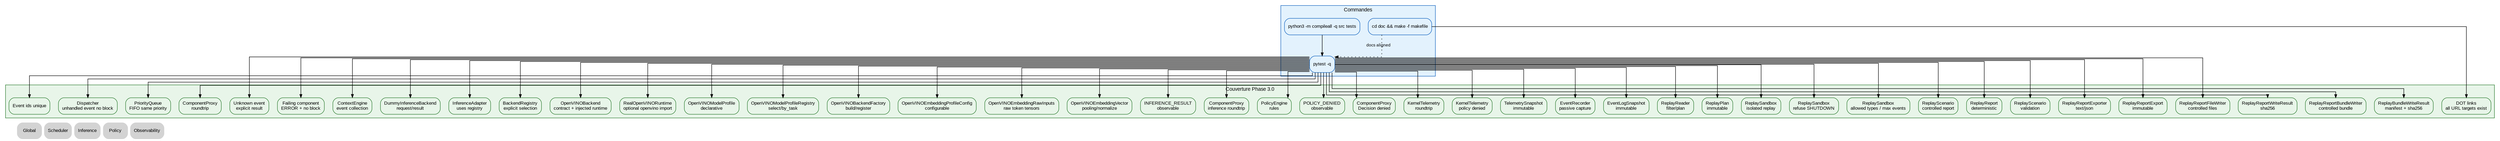
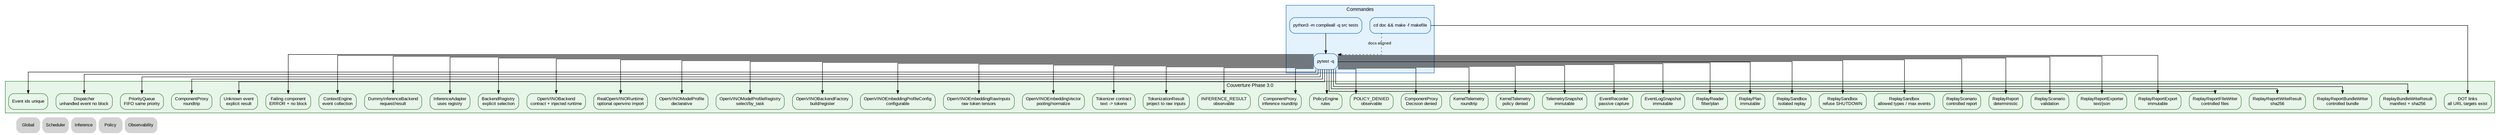
digraph Tests {
    rankdir=TB;
    splines=ortho;

    graph [fontname="Arial", fontsize=11];
    node [shape=box, style="rounded,filled", fontname="Arial", fontsize=10];
    edge [fontname="Arial", fontsize=9, arrowsize=0.7];

    // ROADMAP_NOTE[phase2_9]:
    // Ajout des tests RealOpenVINORuntime avec faux module openvino injecté.
    // Ces tests valident l'import isolé, les entrées brutes, le cache de modèle
    // compilé et l'absence de modèle/tokenizer imposé.

    // ROADMAP_NOTE[phase3_0]:
    // Ajout des tests OpenVINOModelProfile et OpenVINOModelProfileRegistry pour
    // préparer plusieurs modèles sans fallback implicite.

    // ROADMAP_NOTE[phase3_1]:
    // Ajout des tests OpenVINOBackendFactory pour construire et enregistrer un
    // backend depuis un profil explicite sans importer openvino.

    // ROADMAP_NOTE[phase3_2]:
    // Ajout des tests OpenVINOEmbeddingProfileConfig pour déclarer un profil
    // embedding configurable sans modèle local imposé.

    // ROADMAP_NOTE[phase3_3]:
    // Ajout des tests OpenVINOEmbeddingRawInputs et
    // OpenVINOEmbeddingOutputAdapter pour valider tokens bruts, pooling,
    // normalisation et vecteur stable sans tokenizer ni Qdrant.
+ 
+     // ROADMAP_NOTE[phase3_4]:
+     // Ajout des tests TokenizerConfig, TokenizationRequest,
+     // TokenizationResult et TokenizerRegistry pour préparer texte -> tokens
+     // sans dépendance externe imposée.

    subgraph cluster_commands {
        label="Commandes";
        color="#1565c0";
        bgcolor="#e3f2fd";
        node [fillcolor="#e3f2fd", color="#1565c0"];
        Compile [label="python3 -m compileall -q src tests"];
        Pytest [label="pytest -q"];
        Dot [label="cd doc && make -f makefile"];
    }

    subgraph cluster_coverage {
        label="Couverture Phase 3.0";
        color="#2e7d32";
        bgcolor="#e8f5e9";
        node [fillcolor="#e8f5e9", color="#2e7d32"];
        EventIds [label="Event ids unique"];
        Dispatcher [label="Dispatcher\nunhandled event no block"];
        Queue [label="PriorityQueue\nFIFO same priority"];
        Proxy [label="ComponentProxy\nroundtrip"];
        Unknown [label="Unknown event\nexplicit result"];
        Failure [label="Failing component\nERROR + no block"];
        Context [label="ContextEngine\nevent collection"];
        Inference [label="DummyInferenceBackend\nrequest/result"];
        InferenceAdapter [label="InferenceAdapter\nuses registry"];
        BackendRegistry [label="BackendRegistry\nexplicit selection"];
        OpenVINOContract [label="OpenVINOBackend\ncontract + injected runtime", URL="../inference/41_openvino_backend.svg"];
        OpenVINORuntime [label="RealOpenVINORuntime\noptional openvino import", URL="../inference/42_openvino_runtime.svg"];
        OpenVINOProfile [label="OpenVINOModelProfile\ndeclarative", URL="../inference/43_openvino_profiles.svg"];
        OpenVINOProfileRegistry [label="OpenVINOModelProfileRegistry\nselect/by_task", URL="../inference/43_openvino_profiles.svg"];
        OpenVINOBackendFactory [label="OpenVINOBackendFactory\nbuild/register", URL="../inference/43_openvino_profiles.svg"];
        OpenVINOEmbeddingProfile [label="OpenVINOEmbeddingProfileConfig\nconfigurable", URL="../inference/44_openvino_embedding_profile.svg"];
        OpenVINOEmbeddingRaw [label="OpenVINOEmbeddingRawInputs\nraw token tensors", URL="../inference/45_openvino_embedding_raw.svg"];
        OpenVINOEmbeddingVector [label="OpenVINOEmbeddingVector\npooling/normalize", URL="../inference/45_openvino_embedding_raw.svg"];
+         TokenizerContract [label="Tokenizer contract\ntext -> tokens", URL="../inference/46_tokenizer_contract.svg"];
+         TokenizationResult [label="TokenizationResult\nproject to raw inputs", URL="../inference/46_tokenizer_contract.svg"];
        InferenceObs [label="INFERENCE_RESULT\nobservable"];
        InferenceProxy [label="ComponentProxy\ninference roundtrip"];
        PolicyRules [label="PolicyEngine\nrules"];
        PolicyDenied [label="POLICY_DENIED\nobservable"];
        PolicyProxy [label="ComponentProxy\nDecision denied"];
        TelemetryRoundtrip [label="KernelTelemetry\nroundtrip"];
        TelemetryDenied [label="KernelTelemetry\npolicy denied"];
        TelemetrySnapshot [label="TelemetrySnapshot\nimmutable"];
        EventRecorder [label="EventRecorder\npassive capture"];
        EventLogSnapshot [label="EventLogSnapshot\nimmutable"];
        ReplayReader [label="ReplayReader\nfilter/plan"];
        ReplayPlan [label="ReplayPlan\nimmutable"];
        ReplaySandbox [label="ReplaySandbox\nisolated replay"];
        ReplaySandboxDenied [label="ReplaySandbox\nrefuse SHUTDOWN"];
        ReplaySandboxLimits [label="ReplaySandbox\nallowed types / max events"];
        ReplayScenario [label="ReplayScenario\ncontrolled report"];
        ReplayReport [label="ReplayReport\ndeterministic"];
        ReplayScenarioValidation [label="ReplayScenario\nvalidation"];
        ReplayReportExporter [label="ReplayReportExporter\ntext/json"];
        ReplayReportExport [label="ReplayReportExport\nimmutable"];
        ReplayReportFileWriter [label="ReplayReportFileWriter\ncontrolled files"];
        ReplayReportWriteResult [label="ReplayReportWriteResult\nsha256"];
        ReplayReportBundleWriter [label="ReplayReportBundleWriter\ncontrolled bundle"];
        ReplayBundleWriteResult [label="ReplayBundleWriteResult\nmanifest + sha256"];
        DotLinks [label="DOT links\nall URL targets exist"];
    }

    Compile -> Pytest;
    Pytest -> EventIds;
    Pytest -> Dispatcher;
    Pytest -> Queue;
    Pytest -> Proxy;
    Pytest -> Unknown;
    Pytest -> Failure;
    Pytest -> Context;
    Pytest -> Inference;
    Pytest -> InferenceAdapter;
    Pytest -> BackendRegistry;
    Pytest -> OpenVINOContract;
    Pytest -> OpenVINORuntime;
    Pytest -> OpenVINOProfile;
    Pytest -> OpenVINOProfileRegistry;
    Pytest -> OpenVINOBackendFactory;
    Pytest -> OpenVINOEmbeddingProfile;
    Pytest -> OpenVINOEmbeddingRaw;
    Pytest -> OpenVINOEmbeddingVector;
+     Pytest -> TokenizerContract;
+     Pytest -> TokenizationResult;
    Pytest -> InferenceObs;
    Pytest -> InferenceProxy;
    Pytest -> PolicyRules;
    Pytest -> PolicyDenied;
    Pytest -> PolicyProxy;
    Pytest -> TelemetryRoundtrip;
    Pytest -> TelemetryDenied;
    Pytest -> TelemetrySnapshot;
    Pytest -> EventRecorder;
    Pytest -> EventLogSnapshot;
    Pytest -> ReplayReader;
    Pytest -> ReplayPlan;
    Pytest -> ReplaySandbox;
    Pytest -> ReplaySandboxDenied;
    Pytest -> ReplaySandboxLimits;
    Pytest -> ReplayScenario;
    Pytest -> ReplayReport;
    Pytest -> ReplayScenarioValidation;
    Pytest -> ReplayReportExporter;
    Pytest -> ReplayReportExport;
    Pytest -> ReplayReportFileWriter;
    Pytest -> ReplayReportWriteResult;
    Pytest -> ReplayReportBundleWriter;
    Pytest -> ReplayBundleWriteResult;
    Dot -> DotLinks;
    Dot -> Pytest [style=dotted, label="docs aligned"];

    Nav_Global [label="Global", shape=plaintext, URL="../00_global.svg"];
    Nav_Scheduler [label="Scheduler", shape=plaintext, URL="../scheduler/10_scheduler.svg"];
    Nav_Inference [label="Inference", shape=plaintext, URL="../inference/40_inference.svg"];
    Nav_Policy [label="Policy", shape=plaintext, URL="../00_global.svg"];
    Nav_Observability [label="Observability", shape=plaintext, URL="../observability/70_observability.svg"];

    { rank=sink; Nav_Global; Nav_Scheduler; Nav_Inference; Nav_Policy; Nav_Observability; }
}
